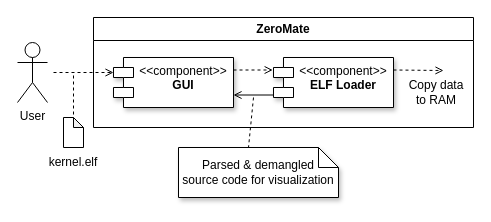
silhavyj/ZeroMate keeps this draw.io diagram as docs/diagrams/elf_loader/elf_diagram_2.drawio. Above is the earlier version. Source tidied: cells renumbered, new cells numbered last; positions are measured from the earlier drawing's top-left corner, leaving out a move shared by most shapes. Both pictures are drawn from the tidied source at 100%, with x=0, y=0 at pixel (17, 17).
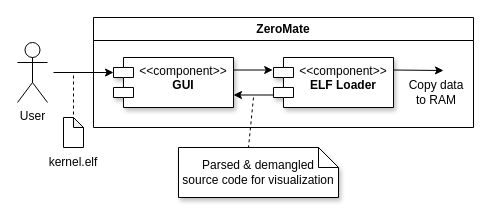
The same diagram, later.

Diff of the diagram source:
```diff
@@
 <mxGraphModel>
   <root>
     <mxCell id="0" />
     <mxCell id="1" parent="0" />
     <mxCell id="2" value="ZeroMate" style="swimlane;whiteSpace=wrap;html=1;fontFamily=Computer Modern;" parent="1" vertex="1">
       <mxGeometry x="76" width="380" height="110" as="geometry" />
     </mxCell>
-    <mxCell id="3" style="edgeStyle=orthogonalEdgeStyle;rounded=0;jettySize=auto;html=1;exitX=1;exitY=0.25;exitDx=0;exitDy=0;entryX=-0.007;entryY=0.248;entryDx=0;entryDy=0;entryPerimeter=0;dashed=1;endArrow=open;endFill=0;" parent="2" edge="1" source="4" target="5">
+    <mxCell id="3" style="edgeStyle=orthogonalEdgeStyle;rounded=0;jettySize=auto;html=1;exitX=1;exitY=0.25;exitDx=0;exitDy=0;entryX=-0.007;entryY=0.248;entryDx=0;entryDy=0;entryPerimeter=0;" parent="2" edge="1" source="4" target="5">
       <mxGeometry relative="1" as="geometry" />
     </mxCell>
     <mxCell id="4" value="&amp;lt;&amp;lt;component&amp;gt;&amp;gt;&lt;br&gt;&lt;b&gt;GUI&lt;/b&gt;" style="shape=module;align=left;spacingLeft=20;align=center;verticalAlign=top;whiteSpace=wrap;html=1;shadow=1;fontFamily=Computer Modern;" parent="2" vertex="1">
       <mxGeometry x="20" y="40" width="120" height="50" as="geometry" />
     </mxCell>
     <mxCell id="5" value="&amp;lt;&amp;lt;component&amp;gt;&amp;gt;&lt;br&gt;&lt;b&gt;ELF Loader&lt;/b&gt;" style="shape=module;align=left;spacingLeft=20;align=center;verticalAlign=top;whiteSpace=wrap;html=1;shadow=1;fontFamily=Computer Modern;" parent="2" vertex="1">
       <mxGeometry x="180" y="40" width="120" height="50" as="geometry" />
     </mxCell>
-    <mxCell id="6" style="edgeStyle=orthogonalEdgeStyle;rounded=0;jettySize=auto;html=1;exitX=0;exitY=0.75;exitDx=0;exitDy=0;entryX=1;entryY=0.75;entryDx=0;entryDy=0;exitPerimeter=0;endArrow=open;endFill=0;" parent="2" edge="1" source="5" target="4">
+    <mxCell id="6" style="edgeStyle=orthogonalEdgeStyle;rounded=0;jettySize=auto;html=1;exitX=0;exitY=0.75;exitDx=0;exitDy=0;entryX=1;entryY=0.75;entryDx=0;entryDy=0;exitPerimeter=0;" parent="2" edge="1" source="5" target="4">
       <mxGeometry relative="1" as="geometry" />
     </mxCell>
-    <mxCell id="7" style="endArrow=open;html=1;rounded=0;exitX=1;exitY=0.25;exitDx=0;exitDy=0;dashed=1;endFill=0;" parent="2" edge="1" source="5">
+    <mxCell id="7" style="endArrow=classic;html=1;rounded=0;exitX=1;exitY=0.25;exitDx=0;exitDy=0;" parent="2" edge="1" source="5">
       <mxGeometry relative="1" as="geometry">
         <mxPoint x="350" y="53" as="targetPoint" />
       </mxGeometry>
     </mxCell>
     <mxCell id="8" value="Copy data to RAM" style="text;html=1;strokeColor=none;fillColor=none;align=center;verticalAlign=middle;whiteSpace=wrap;rounded=0;fontFamily=Computer Modern;" parent="2" vertex="1">
       <mxGeometry x="313" y="60" width="60" height="30" as="geometry" />
     </mxCell>
     <mxCell id="9" value="User" style="shape=umlActor;verticalLabelPosition=bottom;verticalAlign=top;html=1;fontFamily=Computer Modern;" parent="1" vertex="1">
       <mxGeometry y="25" width="30" height="60" as="geometry" />
     </mxCell>
     <mxCell id="10" value="Parsed &amp;amp; demangled &lt;br&gt;source code for visualization" style="shape=note;size=20;whiteSpace=wrap;html=1;shadow=1;fontFamily=Computer Modern;" parent="1" vertex="1">
       <mxGeometry x="161" y="130" width="160" height="50" as="geometry" />
     </mxCell>
-    <mxCell id="11" style="endArrow=open;html=1;rounded=0;entryX=0;entryY=0;entryDx=0;entryDy=15;entryPerimeter=0;dashed=1;endFill=0;" parent="1" edge="1" target="4">
+    <mxCell id="11" style="endArrow=classic;html=1;rounded=0;entryX=0;entryY=0;entryDx=0;entryDy=15;entryPerimeter=0;" parent="1" edge="1" target="4">
       <mxGeometry relative="1" as="geometry">
         <mxPoint x="36" y="55" as="sourcePoint" />
       </mxGeometry>
     </mxCell>
     <mxCell id="12" style="endArrow=none;dashed=1;html=1;rounded=0;entryX=0;entryY=0;entryDx=70;entryDy=0;entryPerimeter=0;" parent="1" edge="1" target="10">
       <mxGeometry relative="1" as="geometry">
         <mxPoint x="236" y="80" as="sourcePoint" />
       </mxGeometry>
     </mxCell>
     <mxCell id="13" style="shape=note;whiteSpace=wrap;html=1;backgroundOutline=1;darkOpacity=0.05;size=10;" parent="1" vertex="1">
       <mxGeometry x="46" y="100" width="20" height="30" as="geometry" />
     </mxCell>
     <mxCell id="14" value="kernel.elf" style="text;html=1;strokeColor=none;fillColor=none;align=center;verticalAlign=middle;whiteSpace=wrap;rounded=0;fontFamily=Computer Modern;" parent="1" vertex="1">
       <mxGeometry x="26" y="130" width="60" height="30" as="geometry" />
     </mxCell>
     <mxCell id="15" style="endArrow=none;dashed=1;html=1;rounded=0;exitX=0;exitY=0;exitDx=10;exitDy=0;exitPerimeter=0;" parent="1" edge="1">
       <mxGeometry relative="1" as="geometry">
         <mxPoint x="56" y="97" as="sourcePoint" />
         <mxPoint x="56" y="57" as="targetPoint" />
       </mxGeometry>
     </mxCell>
   </root>
 </mxGraphModel>
```
